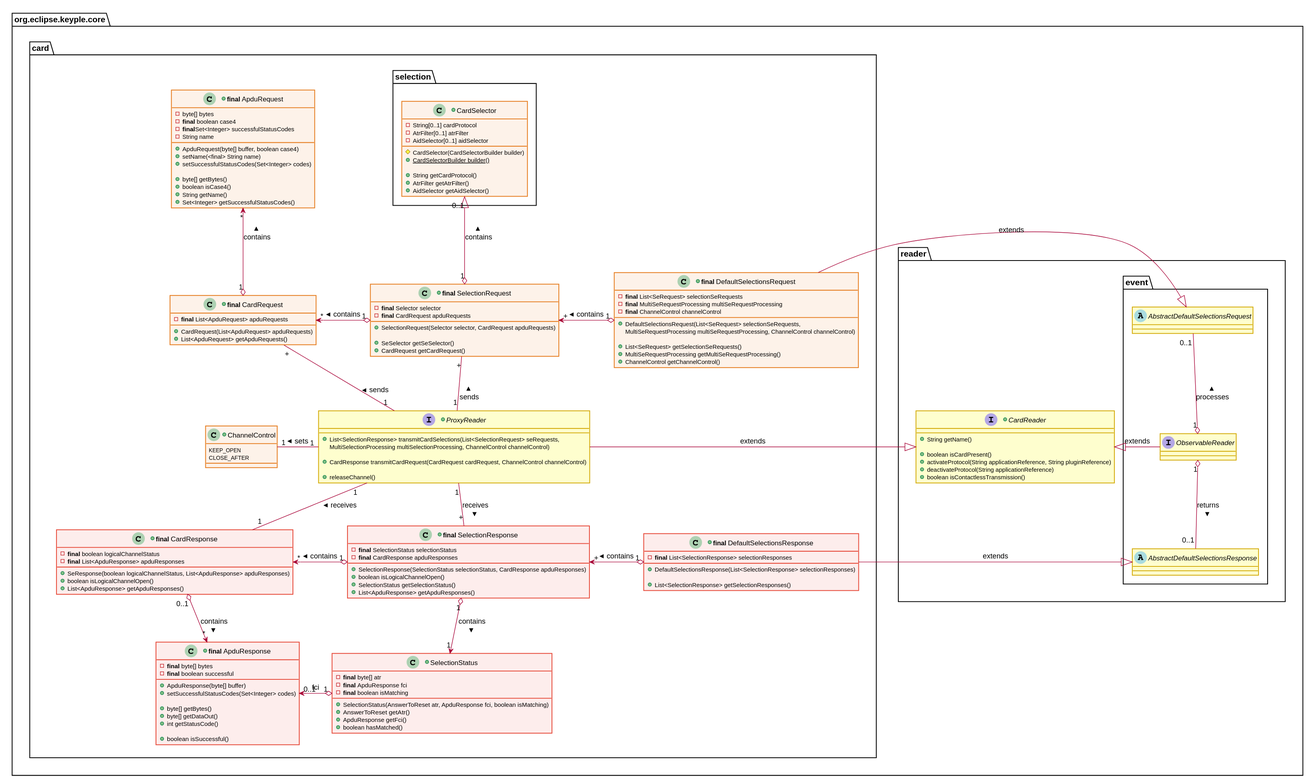
Earlier version of the PlantUML export docs/KeypleCoreApi/img/KeypleCore_Card_ClassDiag_CardMessage_1_0_0.svg (calypsonet/keyple).
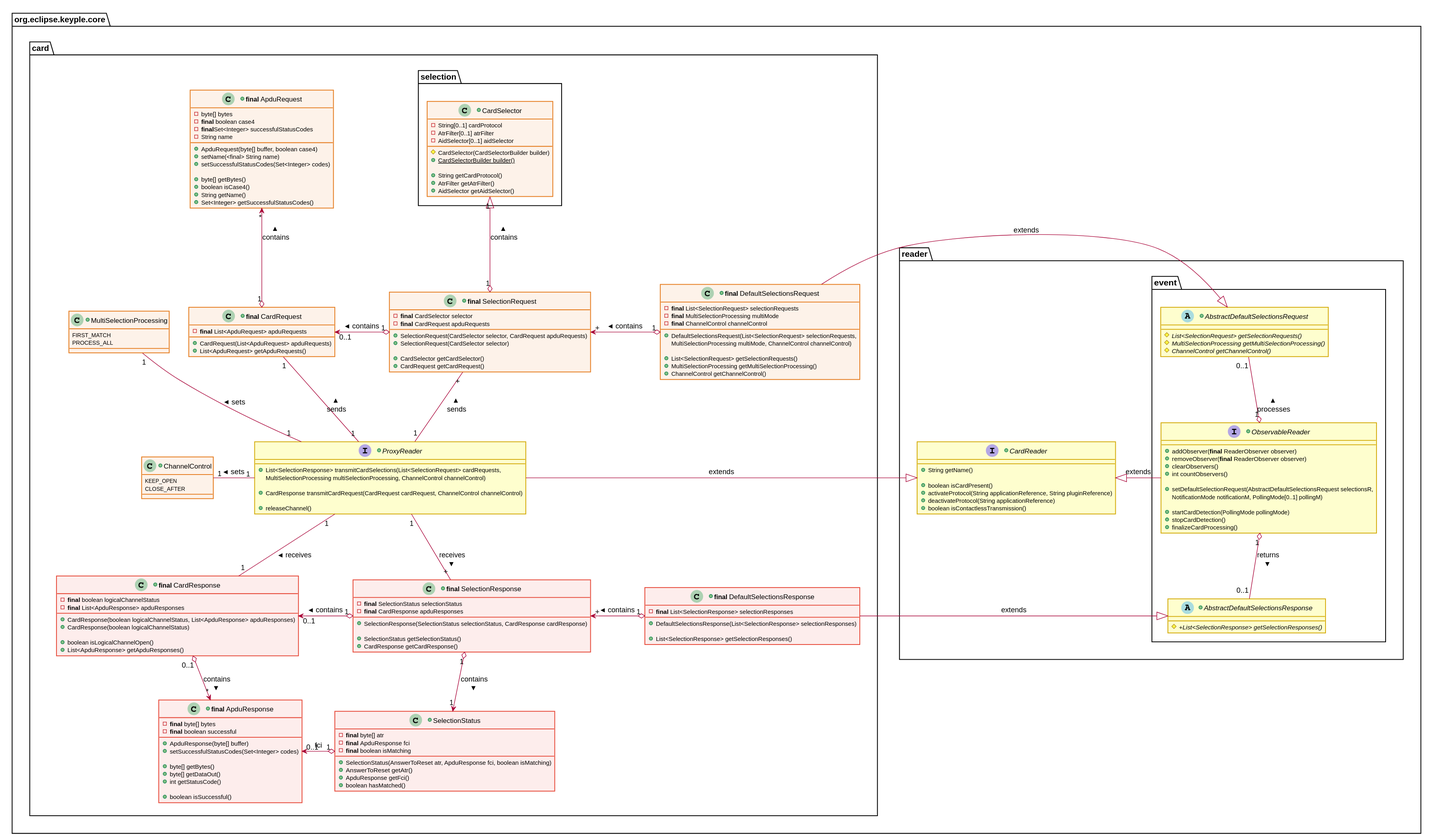
The same file after the commit.

What changed in the source:
```diff
@@ -43,9 +43,28 @@
 }
 
     package event as even_request #FFFFFF {
-      abstract AbstractDefaultSelectionsRequest
-      interface ObservableReader
-      abstract AbstractDefaultSelectionsResponse
++abstract AbstractDefaultSelectionsRequest {
+  #{abstract} List<SelectionRequest> getSelectionRequests()
+  #{abstract} MultiSelectionProcessing getMultiSelectionProcessing()
+  #{abstract} ChannelControl getChannelControl()
+}
+
++abstract AbstractDefaultSelectionsResponse {
+  #{abstract} +List<SelectionResponse> getSelectionResponses()
+}
++interface ObservableReader {
+  +addObserver(<b>final</b> ReaderObserver observer)
+  +removeObserver(<b>final</b> ReaderObserver observer)
+  +clearObservers()
+  +int countObservers()
+
+  +setDefaultSelectionRequest(AbstractDefaultSelectionsRequest selectionsR,
+    NotificationMode notificationM, PollingMode[0..1] pollingM)
+
+  +startCardDetection(PollingMode pollingMode)
+  +stopCardDetection()
+  +finalizeCardProcessing()
+}
 
       ObservableReader "1" o-up- "0..1" AbstractDefaultSelectionsRequest : processes >
       ObservableReader "1" o-down- "0..1" AbstractDefaultSelectionsResponse : returns >
@@ -57,12 +76,13 @@
   package card #FFFFFF {
     together {
 +class "<b>final</b> SelectionRequest" as SelectionRequest {
-  -<b>final</b> Selector selector
+  -<b>final</b> CardSelector selector
   -<b>final</b> CardRequest apduRequests
 
-  +SelectionRequest(Selector selector, CardRequest apduRequests)
+  +SelectionRequest(CardSelector selector, CardRequest apduRequests)
+  +SelectionRequest(CardSelector selector)
 
-  +SeSelector getSeSelector()
+  +CardSelector getCardSelector()
   +CardRequest getCardRequest()
 }
 
@@ -70,13 +90,13 @@
   -<b>final</b> SelectionStatus selectionStatus
   -<b>final</b> CardResponse apduResponses
 
-  +SelectionResponse(SelectionStatus selectionStatus, CardResponse apduResponses)
-  +boolean isLogicalChannelOpen()
+  +SelectionResponse(SelectionStatus selectionStatus, CardResponse cardResponse)
+
   +SelectionStatus getSelectionStatus()
-  +List<ApduResponse> getApduResponses()
+  +CardResponse getCardResponse()
 }
 +interface ProxyReader {
-  +List<SelectionResponse> transmitCardSelections(List<SelectionRequest> seRequests,
+  +List<SelectionResponse> transmitCardSelections(List<SelectionRequest> cardRequests,
     MultiSelectionProcessing multiSelectionProcessing, ChannelControl channelControl)
 
   +CardResponse transmitCardRequest(CardRequest cardRequest, ChannelControl channelControl)
@@ -94,7 +114,9 @@
   -<b>final</b> boolean logicalChannelStatus
   -<b>final</b> List<ApduResponse> apduResponses
 
-  +SeResponse(boolean logicalChannelStatus, List<ApduResponse> apduResponses)
+  +CardResponse(boolean logicalChannelStatus, List<ApduResponse> apduResponses)
+  +CardResponse(boolean logicalChannelStatus)
+
   +boolean isLogicalChannelOpen()
   +List<ApduResponse> getApduResponses()
 }
@@ -102,16 +124,22 @@
 	KEEP_OPEN
 	CLOSE_AFTER
 }
++enum MultiSelectionProcessing {
+	FIRST_MATCH
+	PROCESS_ALL
+}
     }
 
-    SelectionRequest "1" o-left-> "*" CardRequest : contains >
+    SelectionRequest "1" o-left-> "0..1" CardRequest : contains >
     ProxyReader "1" -left- "1" ChannelControl : sets >
-    SelectionResponse "1" o-left-> "*" CardResponse : contains >
+    MultiSelectionProcessing "1" -- "1" ProxyReader : sets <
+    SelectionResponse "1" o-left-> "0..1" CardResponse : contains >
     ChannelControl -up[hidden]-> CardRequest
     ChannelControl -down[hidden]-> CardResponse
+    MultiSelectionProcessing -right[hidden]-> ChannelControl
     ProxyReader "1" -up- "+" SelectionRequest : sends >
     ProxyReader "1" -down- "+" SelectionResponse : receives >
-    ProxyReader "1" -- "+" CardRequest : sends >
+    ProxyReader "1" -- "1" CardRequest : sends >
     ProxyReader "1" -- "1" CardResponse : receives >
 
 
@@ -171,20 +199,20 @@
   +ApduResponse getFci()
   +boolean hasMatched()
 }
-    SelectionRequest "1" o-up-|> "0..1" CardSelector : contains >
+    SelectionRequest "1" o-up-|> "1" CardSelector : contains >
     SelectionResponse "1" o-down-> "1" SelectionStatus : contains >
 
     SelectionStatus "1" o-left-> "0..1" ApduResponse : fci
 
 +class "<b>final</b> DefaultSelectionsRequest" as DefaultSelectionsRequest {
-  -<b>final</b> List<SeRequest> selectionSeRequests
-  -<b>final</b> MultiSeRequestProcessing multiSeRequestProcessing
+  -<b>final</b> List<SelectionRequest> selectionRequests
+  -<b>final</b> MultiSelectionProcessing multiMode
   -<b>final</b> ChannelControl channelControl
-  +DefaultSelectionsRequest(List<SeRequest> selectionSeRequests,
-    MultiSeRequestProcessing multiSeRequestProcessing, ChannelControl channelControl)
+  +DefaultSelectionsRequest(List<SelectionRequest> selectionRequests,
+    MultiSelectionProcessing multiMode, ChannelControl channelControl)
 
-  +List<SeRequest> getSelectionSeRequests()
-  +MultiSeRequestProcessing getMultiSeRequestProcessing()
+  +List<SelectionRequest> getSelectionRequests()
+  +MultiSelectionProcessing getMultiSelectionProcessing()
   +ChannelControl getChannelControl()
 }
 
@@ -216,6 +244,7 @@
 class DefaultSelectionsRequest <<Send>>
 class CardSelector <<Send>>
 class ChannelControl <<Send>>
+class MultiSelectionProcessing <<Send>>
 hide <<Send>> stereotype
 
 class CardResponse <<Receive>>
```
